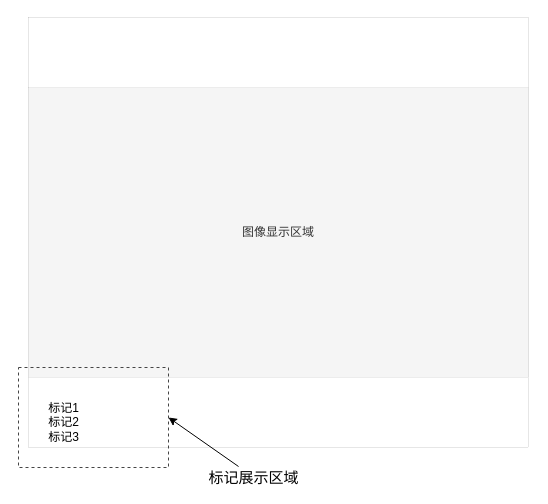
Earlier version of the draw.io diagram page "语音标记播放" (3 of 6) of 影像快速标记.drawio (fengli-git/storehouse). Source tidied: cells renumbered, new cells numbered last; positions are measured from the earlier drawing's top-left corner, leaving out a move shared by most shapes. Both pictures are drawn from the tidied source at 100%, with x=0, y=0 at pixel (18, 17).
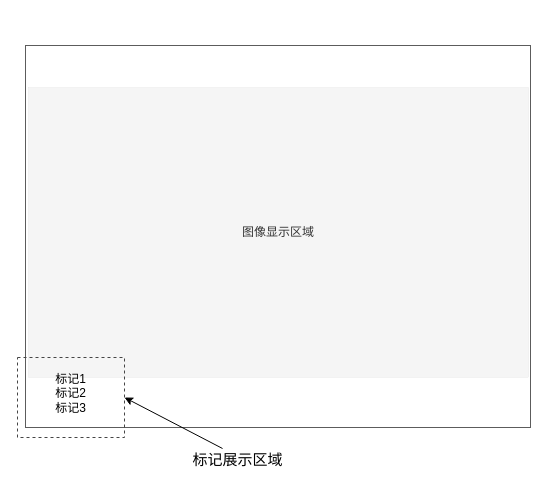
The same diagram, later.

Change to the diagram source:
```diff
@@
 <mxGraphModel>
   <root>
     <mxCell id="0" />
     <mxCell id="1" parent="0" />
-    <mxCell id="2" style="rounded=0;whiteSpace=wrap;html=1;strokeColor=#000000;strokeWidth=0;" parent="1" vertex="1">
-      <mxGeometry x="10" width="500" height="430" as="geometry" />
+    <mxCell id="2" style="rounded=0;whiteSpace=wrap;html=1;strokeWidth=1;strokeColor=#5C5C5C;" parent="1" vertex="1">
+      <mxGeometry x="7" y="28" width="505" height="382" as="geometry" />
     </mxCell>
-    <mxCell id="3" value="图像显示区域" style="rounded=0;whiteSpace=wrap;html=1;strokeColor=#666666;strokeWidth=0;fillColor=#f5f5f5;fontColor=#333333;" parent="1" vertex="1">
+    <mxCell id="3" value="图像显示区域" style="rounded=0;whiteSpace=wrap;html=1;strokeWidth=0;fillColor=#f5f5f5;fontColor=#333333;strokeColor=#A1A1A1;" parent="1" vertex="1">
       <mxGeometry x="10" y="70" width="500" height="290" as="geometry" />
     </mxCell>
     <mxCell id="4" value="标记1&lt;br&gt;标记2&lt;br&gt;标记3" style="text;html=1;align=center;verticalAlign=middle;strokeColor=none;" parent="1" vertex="1">
-      <mxGeometry x="20" y="380" width="50" height="50" as="geometry" />
+      <mxGeometry x="27" y="351" width="50" height="50" as="geometry" />
     </mxCell>
     <mxCell id="5" style="rounded=0;whiteSpace=wrap;html=1;strokeWidth=1;dashed=1;strokeColor=#454545;fillColor=none;" parent="1" vertex="1">
-      <mxGeometry y="350" width="150" height="100" as="geometry" />
+      <mxGeometry x="-1" y="340" width="107" height="80" as="geometry" />
     </mxCell>
     <mxCell id="6" style="endArrow=classic;html=1;entryX=1;entryY=0.5;entryDx=0;entryDy=0;exitX=0.364;exitY=-0.05;exitDx=0;exitDy=0;exitPerimeter=0;" parent="1" edge="1" source="7" target="5">
       <mxGeometry relative="1" as="geometry" />
     </mxCell>
     <mxCell id="7" value="&lt;font style=&quot;font-size: 15px&quot;&gt;标记展示区域&lt;/font&gt;" style="text;html=1;align=center;verticalAlign=middle;points=[];strokeColor=none;" parent="1" vertex="1">
-      <mxGeometry x="180" y="450" width="110" height="20" as="geometry" />
+      <mxGeometry x="164" y="432" width="110" height="20" as="geometry" />
     </mxCell>
   </root>
 </mxGraphModel>
```
